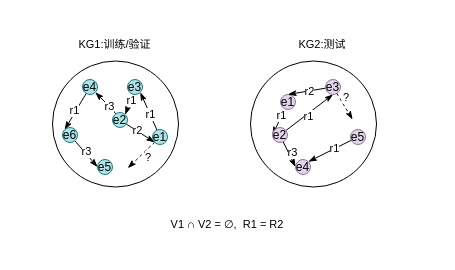
Above: 未命名绘图1.drawio in LNqwn/BISHE-GRAPH (draw.io), before the change. Source tidied: cells renumbered, new cells numbered last; positions are measured from the earlier drawing's top-left corner, leaving out a move shared by most shapes. Both pictures are drawn from the tidied source at 100%, with x=0, y=0 at pixel (52, 19).
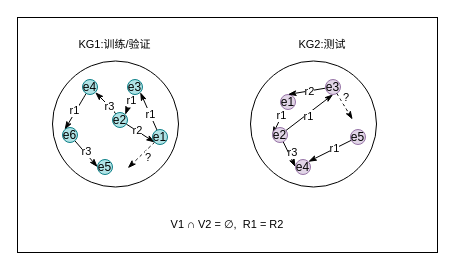
After the change.

Commit message:
更新未命名绘图1.drawio

Diff of the diagram source:
```diff
@@
+    <mxCell id="44" style="rounded=0;whiteSpace=wrap;html=1;" parent="1" vertex="1">
+      <mxGeometry x="-35" y="-2" width="420" height="235" as="geometry" />
+    </mxCell>
```
